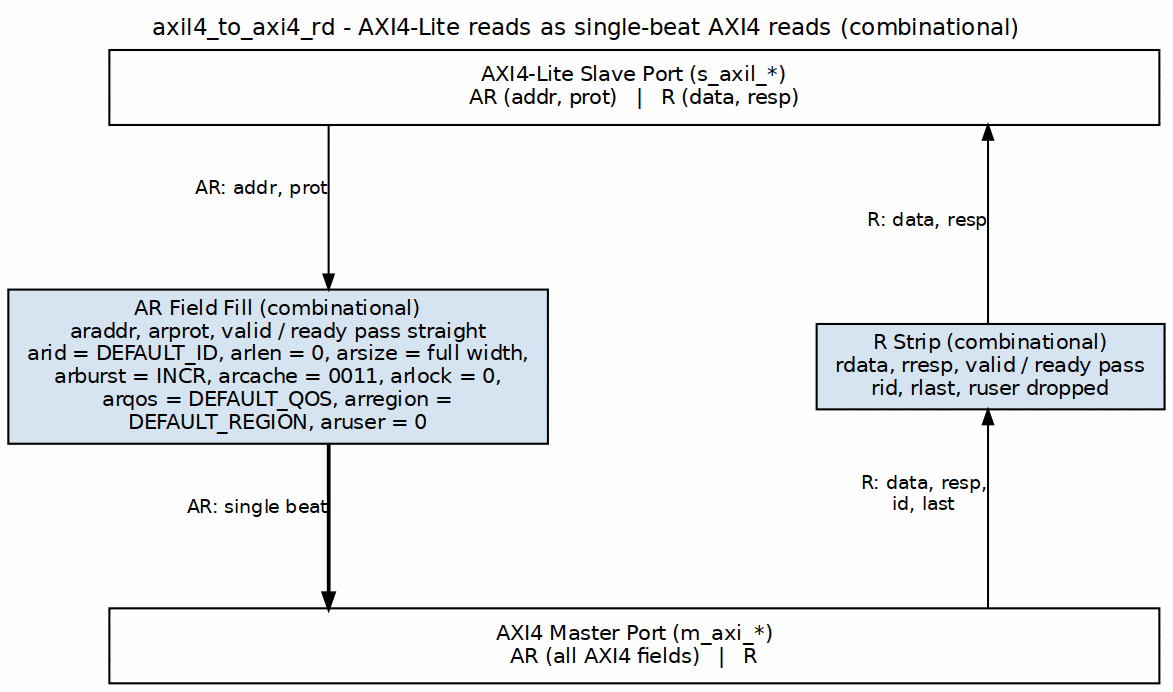
Above: projects/components/utility-ip/converters/docs/converter_mas/assets/graphviz/axil4_to_axi4_rd.png in sean-galloway/RTLDesignSherpa (Graphviz), before the change. Its source is kept beside it as projects/components/utility-ip/converters/docs/converter_mas/assets/graphviz/axil4_to_axi4_rd.dot. Source of this version:
```dot
digraph axil4_to_axi4_rd {
    graph [rankdir=TB, bgcolor="white", fontname="Helvetica", fontsize=11,
           nodesep="0.60", ranksep="1.10", splines=ortho, newrank=true,
           labelloc=t, labeljust=c];
    node  [fontname="Helvetica", fontsize=10, shape=box, style=filled,
           fillcolor="#D6E4F0", color="black", margin="0.12,0.06"];
    edge  [fontname="Helvetica", fontsize=9, color="black", arrowsize=0.7];
    label="axil4_to_axi4_rd - AXI4-Lite reads as single-beat AXI4 reads (combinational)";

    s   [label="AXI4-Lite Slave Port (s_axil_*)\nAR (addr, prot)   |   R (data, resp)", fillcolor="white", width=7.0];

    ar  [label="AR Field Fill (combinational)\naraddr, arprot, valid / ready pass straight\narid = DEFAULT_ID, arlen = 0, arsize = full width,\narburst = INCR, arcache = 0011, arlock = 0,\narqos = DEFAULT_QOS, arregion =\nDEFAULT_REGION, aruser = 0"];
    r   [label="R Strip (combinational)\nrdata, rresp, valid / ready pass\nrid, rlast, ruser dropped"];

    m   [label="AXI4 Master Port (m_axi_*)\nAR (all AXI4 fields)   |   R", fillcolor="white", width=7.0];

    s   -> ar [xlabel="AR: addr, prot"];
    ar  -> m  [xlabel="AR: single beat", penwidth=1.8];
    s   -> r  [dir=back, xlabel="R: data, resp"];
    r   -> m  [dir=back, xlabel="R: data, resp,\nid, last"];

    sp [label="", width=0.6, style=invis];
    { rank=same; ar; sp; r; }
    ar -> sp -> r [style=invis];
}
```
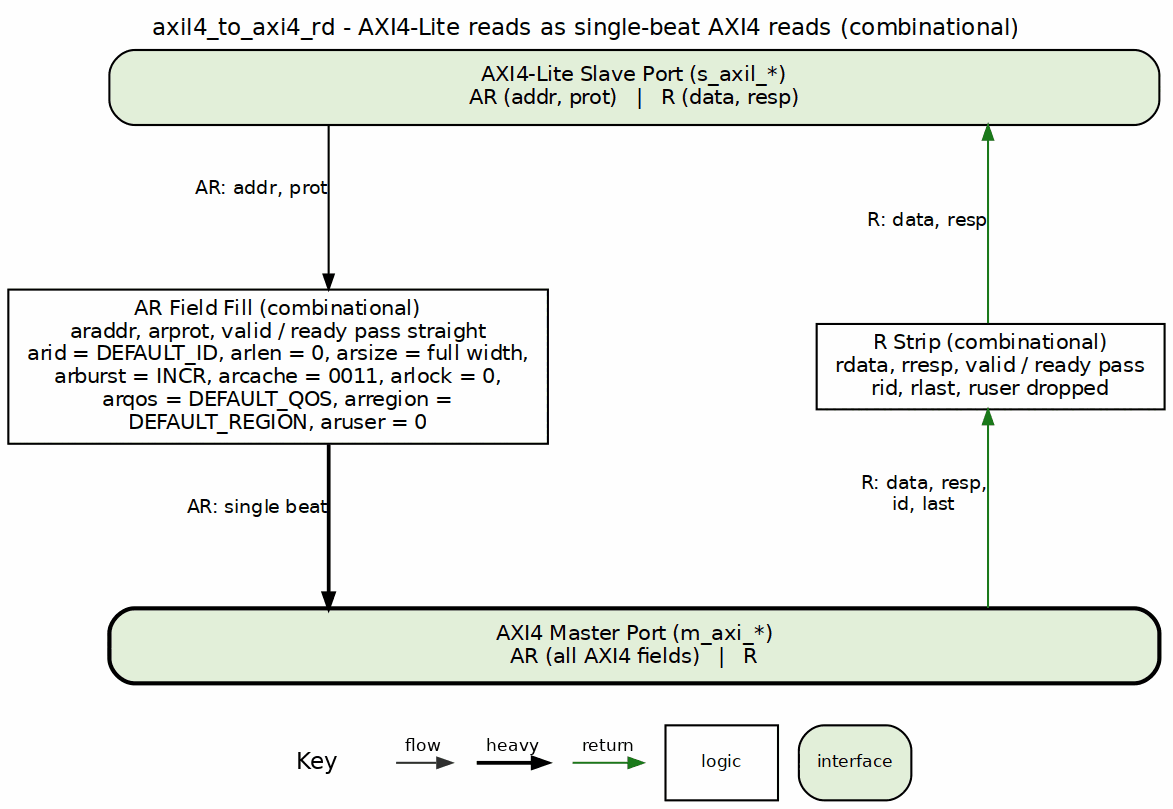
After the change.

Diff of the diagram source:
```diff
@@ -3,21 +3,21 @@
            nodesep="0.60", ranksep="1.10", splines=ortho, newrank=true,
            labelloc=t, labeljust=c];
     node  [fontname="Helvetica", fontsize=10, shape=box, style=filled,
-           fillcolor="#D6E4F0", color="black", margin="0.12,0.06"];
+           fillcolor="white", color="black", margin="0.12,0.06"];
     edge  [fontname="Helvetica", fontsize=9, color="black", arrowsize=0.7];
     label="axil4_to_axi4_rd - AXI4-Lite reads as single-beat AXI4 reads (combinational)";
 
-    s   [label="AXI4-Lite Slave Port (s_axil_*)\nAR (addr, prot)   |   R (data, resp)", fillcolor="white", width=7.0];
+    s   [label="AXI4-Lite Slave Port (s_axil_*)\nAR (addr, prot)   |   R (data, resp)", fillcolor="white", width=7.0, style="rounded,filled", fillcolor="#E2EFDA"];
 
-    ar  [label="AR Field Fill (combinational)\naraddr, arprot, valid / ready pass straight\narid = DEFAULT_ID, arlen = 0, arsize = full width,\narburst = INCR, arcache = 0011, arlock = 0,\narqos = DEFAULT_QOS, arregion =\nDEFAULT_REGION, aruser = 0"];
-    r   [label="R Strip (combinational)\nrdata, rresp, valid / ready pass\nrid, rlast, ruser dropped"];
+    ar  [label="AR Field Fill (combinational)\naraddr, arprot, valid / ready pass straight\narid = DEFAULT_ID, arlen = 0, arsize = full width,\narburst = INCR, arcache = 0011, arlock = 0,\narqos = DEFAULT_QOS, arregion =\nDEFAULT_REGION, aruser = 0", style="filled", fillcolor="white"];
+    r   [label="R Strip (combinational)\nrdata, rresp, valid / ready pass\nrid, rlast, ruser dropped", style="filled", fillcolor="white"];
 
-    m   [label="AXI4 Master Port (m_axi_*)\nAR (all AXI4 fields)   |   R", fillcolor="white", width=7.0];
+    m   [label="AXI4 Master Port (m_axi_*)\nAR (all AXI4 fields)   |   R", fillcolor="white", width=7.0, style="rounded,filled,bold", fillcolor="#E2EFDA"];
 
     s   -> ar [xlabel="AR: addr, prot"];
     ar  -> m  [xlabel="AR: single beat", penwidth=1.8];
-    s   -> r  [dir=back, xlabel="R: data, resp"];
-    r   -> m  [dir=back, xlabel="R: data, resp,\nid, last"];
+    s   -> r  [color="#1A7A1A", dir=back, xlabel="R: data, resp"];
+    r   -> m  [color="#1A7A1A", dir=back, xlabel="R: data, resp,\nid, last"];
 
     sp [label="", width=0.6, style=invis];
     { rank=same; ar; sp; r; }
```
